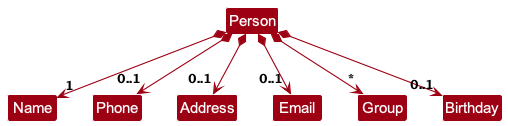
This is docs/images/PersonClassDiagram.png from nus-cs2103-AY2324S1/tp, a PlantUML export, as it was before one commit. Its diagram source:
```plantuml
@startuml
!include ./style.puml
skinparam arrowThickness 1.1
skinparam arrowColor MODEL_COLOR
skinparam classBackgroundColor MODEL_COLOR

Class Person
Class Address
Class Email
Class Name
Class Phone
Class Group
Class Birthday

Person *--> "1" Name
Person *--> "0..1" Phone
Person *--> "0..1" Email
Person *--> "0..1" Address
Person *--> "*" Group
Person *--> "0..1" Birthday

Name -[hidden]right-> Phone
Phone -[hidden]right-> Address
Address -[hidden]right-> Email

@enduml
```
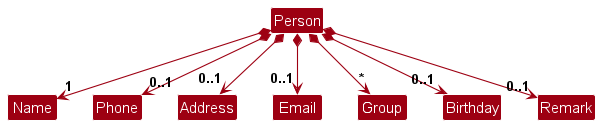
The same file after the commit.

Commit message:
Update DG - Update all relevant methods to Person class with the new field of   Remark - Update UML diagrams for add_person

What changed in the source:
```diff
@@ -11,6 +11,7 @@
 Class Phone
 Class Group
 Class Birthday
+Class Remark
 
 Person *--> "1" Name
 Person *--> "0..1" Phone
@@ -18,6 +19,7 @@
 Person *--> "0..1" Address
 Person *--> "*" Group
 Person *--> "0..1" Birthday
+Person *--> "0..1" Remark
 
 Name -[hidden]right-> Phone
 Phone -[hidden]right-> Address
```
